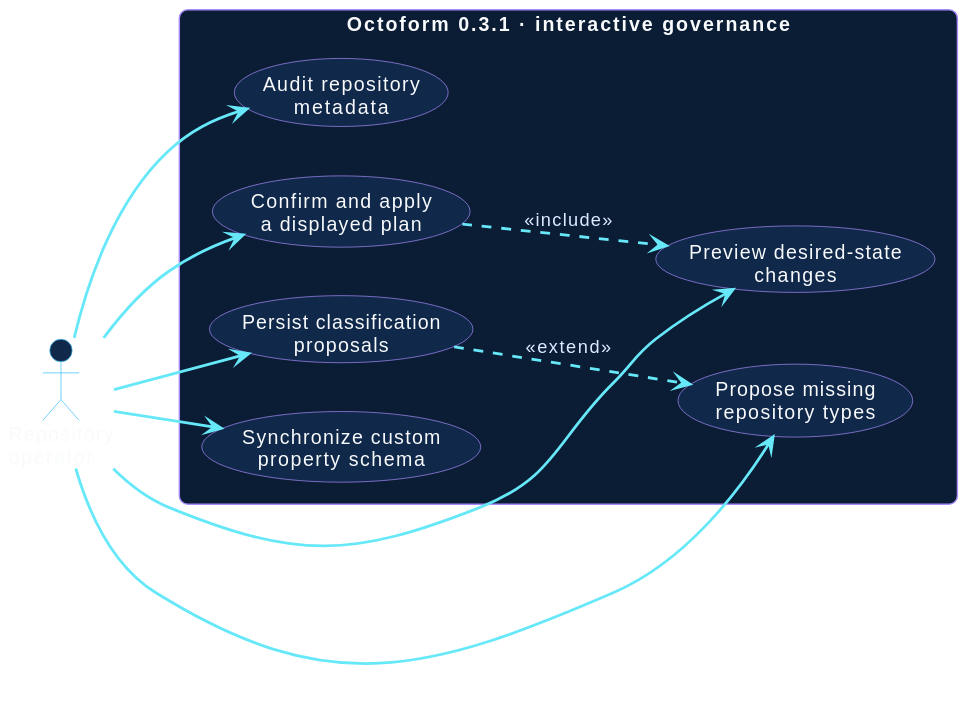
Earlier version of the PlantUML export docs/assets/diagrams/actors-and-use-cases.svg (hector-ae21/octoform-docs).
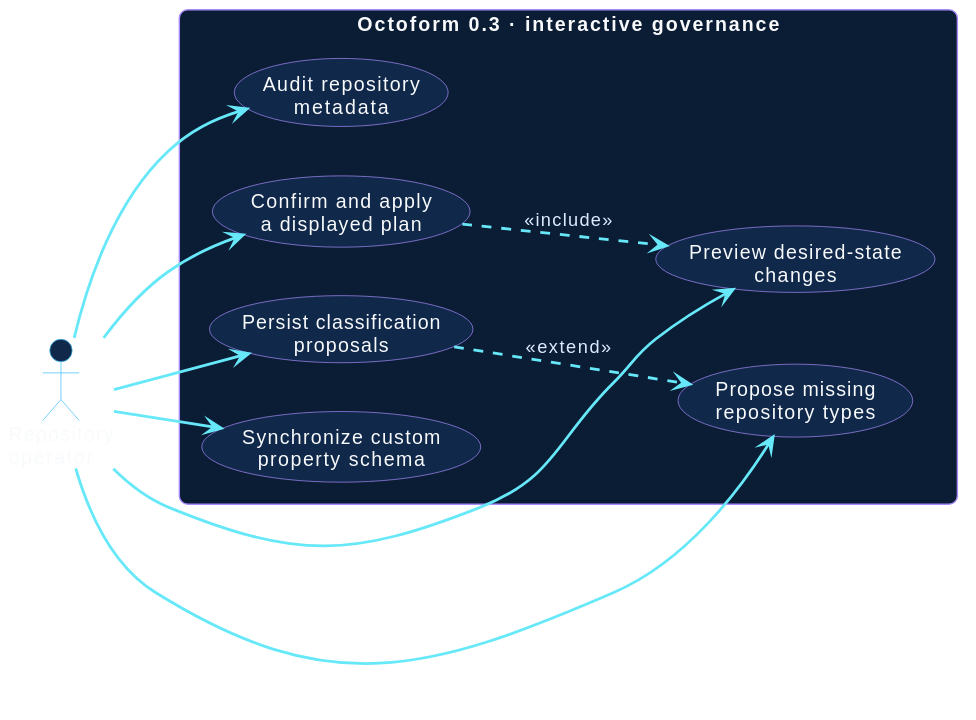
After the commit.

Change to the diagram source:
```diff
@@ -4,7 +4,7 @@
 
 actor "Repository\noperator" as Operator
 
-rectangle "Octoform 0.3.1 · interactive governance" {
+rectangle "Octoform 0.3 · interactive governance" {
   usecase "Audit repository\nmetadata" as Audit
   usecase "Preview desired-state\nchanges" as Plan
   usecase "Confirm and apply\na displayed plan" as Apply
```
